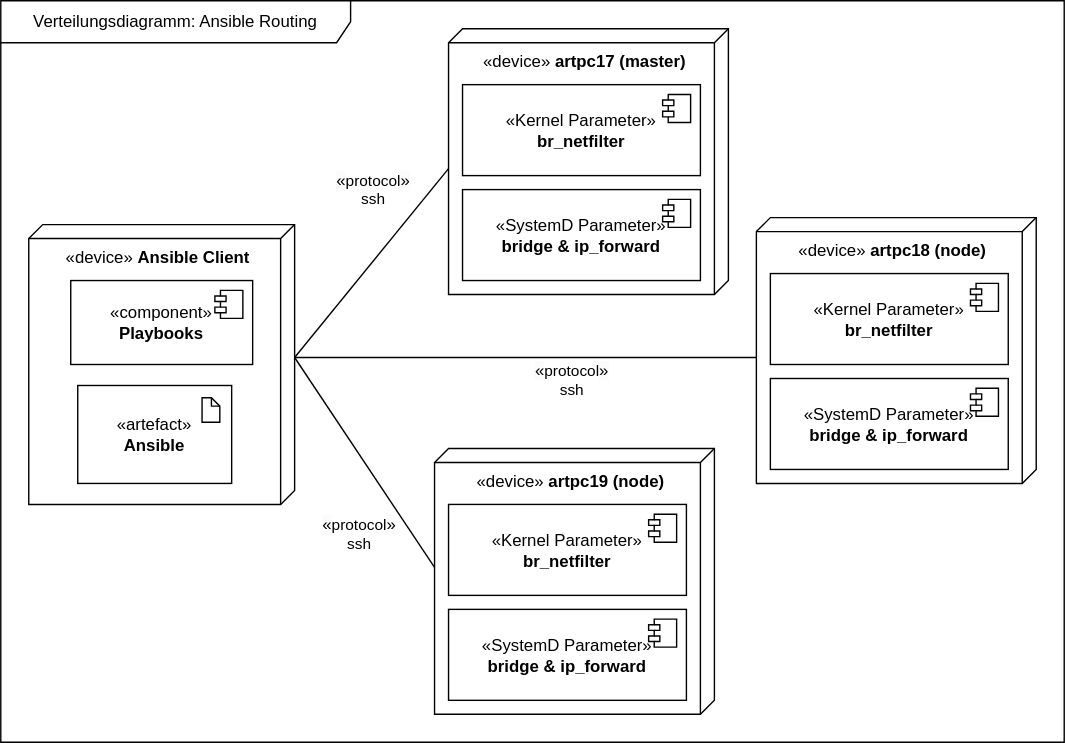
pogii123/drawio-charts keeps this draw.io diagram as uni-bsc/dd-routing-ansible.drawio.svg. Above is the earlier version. Source tidied: cells renumbered, new cells last; positions are measured from the earlier drawing's top-left corner, leaving out a move shared by most shapes. The source it was exported from:
```xml
<mxGraphModel>
  <root>
    <mxCell id="0" />
    <mxCell id="1" parent="0" />
    <mxCell id="2" style="rounded=0;jettySize=auto;html=1;exitX=0;exitY=0;exitDx=95;exitDy=0;exitPerimeter=0;entryX=0;entryY=0;entryDx=100;entryDy=190;entryPerimeter=0;endArrow=none;endFill=0;" parent="1" edge="1" source="7" target="19">
      <mxGeometry relative="1" as="geometry" />
    </mxCell>
    <mxCell id="3" value="&lt;span style=&quot;font-size: 12px; text-wrap: wrap; background-color: rgb(251, 251, 251);&quot;&gt;«&lt;/span&gt;protocol&lt;span style=&quot;font-size: 12px; text-wrap: wrap; background-color: rgb(251, 251, 251);&quot;&gt;»&lt;/span&gt;&lt;br&gt;ssh" style="edgeLabel;html=1;align=center;verticalAlign=middle;" parent="2" vertex="1">
      <mxGeometry x="0.06" y="4" relative="1" as="geometry">
        <mxPoint x="-16" y="40" as="offset" />
      </mxGeometry>
    </mxCell>
    <mxCell id="4" value="&lt;span style=&quot;font-size: 12px; text-wrap: wrap; background-color: rgb(251, 251, 251);&quot;&gt;«&lt;/span&gt;protocol&lt;span style=&quot;font-size: 12px; text-wrap: wrap; background-color: rgb(251, 251, 251);&quot;&gt;»&lt;/span&gt;&lt;br&gt;ssh" style="rounded=0;jettySize=auto;html=1;exitX=0;exitY=0;exitDx=95;exitDy=0;exitPerimeter=0;entryX=0;entryY=0;entryDx=100;entryDy=190;entryPerimeter=0;endArrow=none;endFill=0;" parent="1" edge="1" source="7" target="14">
      <mxGeometry x="0.17" y="-16" relative="1" as="geometry" />
    </mxCell>
    <mxCell id="5" style="rounded=0;jettySize=auto;html=1;exitX=0;exitY=0;exitDx=95;exitDy=0;exitPerimeter=0;entryX=0;entryY=0;entryDx=100;entryDy=200;entryPerimeter=0;endArrow=none;endFill=0;" parent="1" edge="1" source="7" target="24">
      <mxGeometry relative="1" as="geometry" />
    </mxCell>
    <mxCell id="6" value="&lt;span style=&quot;font-size: 12px; text-wrap: wrap; background-color: rgb(251, 251, 251);&quot;&gt;«&lt;/span&gt;protocol&lt;span style=&quot;font-size: 12px; text-wrap: wrap; background-color: rgb(251, 251, 251);&quot;&gt;»&lt;/span&gt;&lt;br&gt;ssh" style="edgeLabel;html=1;align=center;verticalAlign=middle;" parent="5" vertex="1">
      <mxGeometry x="0.13" relative="1" as="geometry">
        <mxPoint x="-7" y="-44" as="offset" />
      </mxGeometry>
    </mxCell>
    <mxCell id="7" value="«device»&amp;nbsp;&lt;b&gt;Ansible Client&lt;/b&gt;" style="verticalAlign=top;align=center;shape=cube;size=10;direction=south;html=1;boundedLbl=1;spacingLeft=5;whiteSpace=wrap;" parent="1" vertex="1">
      <mxGeometry x="20" y="160" width="190" height="200" as="geometry" />
    </mxCell>
    <mxCell id="8" value="«component»&lt;br&gt;&lt;b&gt;Playbooks&lt;/b&gt;" style="html=1;whiteSpace=wrap;" parent="1" vertex="1">
      <mxGeometry x="50" y="200" width="130" height="60" as="geometry" />
    </mxCell>
    <mxCell id="9" style="shape=module;jettyWidth=8;jettyHeight=4;" parent="8" vertex="1">
      <mxGeometry x="1" width="20" height="20" relative="1" as="geometry">
        <mxPoint x="-27" y="7" as="offset" />
      </mxGeometry>
    </mxCell>
    <mxCell id="10" style="group;" parent="1" vertex="1">
      <mxGeometry x="55" y="275" width="110" height="70" as="geometry" />
    </mxCell>
    <mxCell id="11" value="«artefact»&lt;br&gt;&lt;b&gt;Ansible&lt;/b&gt;" style="html=1;whiteSpace=wrap;" parent="10" vertex="1">
      <mxGeometry width="110" height="70" as="geometry" />
    </mxCell>
    <mxCell id="12" style="shape=note2;boundedLbl=1;whiteSpace=wrap;html=1;size=6;verticalAlign=top;align=left;spacingLeft=5;" parent="10" vertex="1">
      <mxGeometry x="88.8" y="8.8" width="12.7" height="17.5" as="geometry" />
    </mxCell>
    <mxCell id="13" value="Verteilungsdiagramm: Ansible Routing" style="shape=umlFrame;whiteSpace=wrap;html=1;width=250;height=30;" parent="1" vertex="1">
      <mxGeometry width="760" height="530" as="geometry" />
    </mxCell>
    <mxCell id="14" value="«device»&amp;nbsp;&lt;b&gt;artpc18 (node)&lt;/b&gt;" style="verticalAlign=top;align=center;shape=cube;size=10;direction=south;html=1;boundedLbl=1;spacingLeft=5;whiteSpace=wrap;" parent="1" vertex="1">
      <mxGeometry x="540" y="155" width="200" height="190" as="geometry" />
    </mxCell>
    <mxCell id="15" value="«SystemD Parameter»&lt;br&gt;&lt;b&gt;bridge &amp;amp; ip_forward&lt;/b&gt;" style="html=1;whiteSpace=wrap;" parent="1" vertex="1">
      <mxGeometry x="550" y="270" width="170" height="65" as="geometry" />
    </mxCell>
    <mxCell id="16" style="shape=module;jettyWidth=8;jettyHeight=4;" parent="15" vertex="1">
      <mxGeometry x="1" width="20" height="20" relative="1" as="geometry">
        <mxPoint x="-27" y="7" as="offset" />
      </mxGeometry>
    </mxCell>
    <mxCell id="17" value="«Kernel Parameter»&lt;br&gt;&lt;b&gt;br_netfilter&lt;/b&gt;" style="html=1;whiteSpace=wrap;" parent="1" vertex="1">
      <mxGeometry x="550" y="195" width="170" height="65" as="geometry" />
    </mxCell>
    <mxCell id="18" style="shape=module;jettyWidth=8;jettyHeight=4;" parent="17" vertex="1">
      <mxGeometry x="1" width="20" height="20" relative="1" as="geometry">
        <mxPoint x="-27" y="7" as="offset" />
      </mxGeometry>
    </mxCell>
    <mxCell id="19" value="«device»&amp;nbsp;&lt;b&gt;artpc19 (node)&lt;/b&gt;" style="verticalAlign=top;align=center;shape=cube;size=10;direction=south;html=1;boundedLbl=1;spacingLeft=5;whiteSpace=wrap;" parent="1" vertex="1">
      <mxGeometry x="310" y="320" width="200" height="190" as="geometry" />
    </mxCell>
    <mxCell id="20" value="«SystemD Parameter»&lt;br&gt;&lt;b&gt;bridge &amp;amp; ip_forward&lt;/b&gt;" style="html=1;whiteSpace=wrap;" parent="1" vertex="1">
      <mxGeometry x="320" y="435" width="170" height="65" as="geometry" />
    </mxCell>
    <mxCell id="21" style="shape=module;jettyWidth=8;jettyHeight=4;" parent="20" vertex="1">
      <mxGeometry x="1" width="20" height="20" relative="1" as="geometry">
        <mxPoint x="-27" y="7" as="offset" />
      </mxGeometry>
    </mxCell>
    <mxCell id="22" value="«Kernel Parameter»&lt;br&gt;&lt;b&gt;br_netfilter&lt;/b&gt;" style="html=1;whiteSpace=wrap;" parent="1" vertex="1">
      <mxGeometry x="320" y="360" width="170" height="65" as="geometry" />
    </mxCell>
    <mxCell id="23" style="shape=module;jettyWidth=8;jettyHeight=4;" parent="22" vertex="1">
      <mxGeometry x="1" width="20" height="20" relative="1" as="geometry">
        <mxPoint x="-27" y="7" as="offset" />
      </mxGeometry>
    </mxCell>
    <mxCell id="24" value="«device»&amp;nbsp;&lt;b&gt;artpc17 (master)&lt;/b&gt;" style="verticalAlign=top;align=center;shape=cube;size=10;direction=south;html=1;boundedLbl=1;spacingLeft=5;whiteSpace=wrap;" parent="1" vertex="1">
      <mxGeometry x="320" y="20" width="200" height="190" as="geometry" />
    </mxCell>
    <mxCell id="25" value="«SystemD Parameter»&lt;br&gt;&lt;b&gt;bridge &amp;amp; ip_forward&lt;/b&gt;" style="html=1;whiteSpace=wrap;" parent="1" vertex="1">
      <mxGeometry x="330" y="135" width="170" height="65" as="geometry" />
    </mxCell>
    <mxCell id="26" style="shape=module;jettyWidth=8;jettyHeight=4;" parent="25" vertex="1">
      <mxGeometry x="1" width="20" height="20" relative="1" as="geometry">
        <mxPoint x="-27" y="7" as="offset" />
      </mxGeometry>
    </mxCell>
    <mxCell id="27" value="«Kernel Parameter»&lt;br&gt;&lt;b&gt;br_netfilter&lt;/b&gt;" style="html=1;whiteSpace=wrap;" parent="1" vertex="1">
      <mxGeometry x="330" y="60" width="170" height="65" as="geometry" />
    </mxCell>
    <mxCell id="28" style="shape=module;jettyWidth=8;jettyHeight=4;" parent="27" vertex="1">
      <mxGeometry x="1" width="20" height="20" relative="1" as="geometry">
        <mxPoint x="-27" y="7" as="offset" />
      </mxGeometry>
    </mxCell>
  </root>
</mxGraphModel>
```
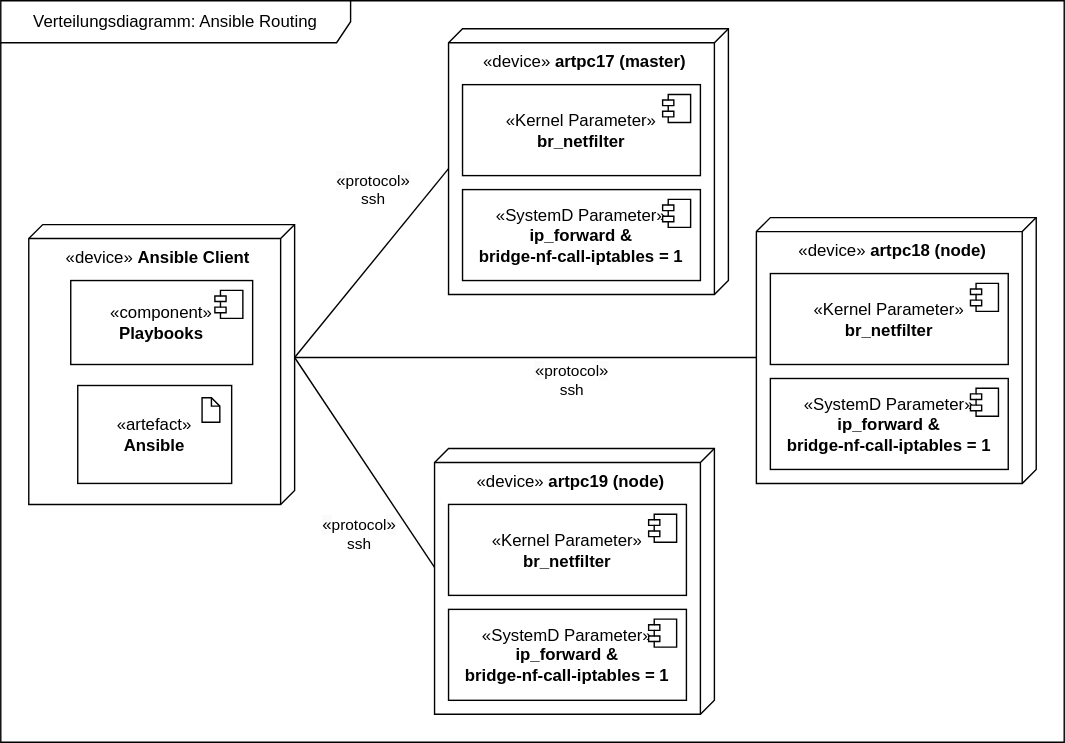
The same diagram one commit later.

The edit, as a diff of the source:
```diff
@@ -47,7 +47,7 @@
     <mxCell id="14" value="«device»&amp;nbsp;&lt;b&gt;artpc18 (node)&lt;/b&gt;" style="verticalAlign=top;align=center;shape=cube;size=10;direction=south;html=1;boundedLbl=1;spacingLeft=5;whiteSpace=wrap;" parent="1" vertex="1">
       <mxGeometry x="540" y="155" width="200" height="190" as="geometry" />
     </mxCell>
-    <mxCell id="15" value="«SystemD Parameter»&lt;br&gt;&lt;b&gt;bridge &amp;amp; ip_forward&lt;/b&gt;" style="html=1;whiteSpace=wrap;" parent="1" vertex="1">
+    <mxCell id="15" value="«SystemD Parameter»&lt;br&gt;&lt;b&gt;ip_forward &amp;amp;&lt;br&gt;&lt;/b&gt;&lt;div&gt;&lt;b&gt;bridge-nf-call-iptables = 1&lt;/b&gt;&lt;/div&gt;" style="html=1;whiteSpace=wrap;" parent="1" vertex="1">
       <mxGeometry x="550" y="270" width="170" height="65" as="geometry" />
     </mxCell>
     <mxCell id="16" style="shape=module;jettyWidth=8;jettyHeight=4;" parent="15" vertex="1">
@@ -66,7 +66,7 @@
     <mxCell id="19" value="«device»&amp;nbsp;&lt;b&gt;artpc19 (node)&lt;/b&gt;" style="verticalAlign=top;align=center;shape=cube;size=10;direction=south;html=1;boundedLbl=1;spacingLeft=5;whiteSpace=wrap;" parent="1" vertex="1">
       <mxGeometry x="310" y="320" width="200" height="190" as="geometry" />
     </mxCell>
-    <mxCell id="20" value="«SystemD Parameter»&lt;br&gt;&lt;b&gt;bridge &amp;amp; ip_forward&lt;/b&gt;" style="html=1;whiteSpace=wrap;" parent="1" vertex="1">
+    <mxCell id="20" value="«SystemD Parameter»&lt;br&gt;&lt;b&gt;ip_forward &amp;amp;&lt;br&gt;&lt;/b&gt;&lt;div&gt;&lt;b&gt;bridge-nf-call-iptables = 1&lt;/b&gt;&lt;/div&gt;" style="html=1;whiteSpace=wrap;" parent="1" vertex="1">
       <mxGeometry x="320" y="435" width="170" height="65" as="geometry" />
     </mxCell>
     <mxCell id="21" style="shape=module;jettyWidth=8;jettyHeight=4;" parent="20" vertex="1">
@@ -85,7 +85,7 @@
     <mxCell id="24" value="«device»&amp;nbsp;&lt;b&gt;artpc17 (master)&lt;/b&gt;" style="verticalAlign=top;align=center;shape=cube;size=10;direction=south;html=1;boundedLbl=1;spacingLeft=5;whiteSpace=wrap;" parent="1" vertex="1">
       <mxGeometry x="320" y="20" width="200" height="190" as="geometry" />
     </mxCell>
-    <mxCell id="25" value="«SystemD Parameter»&lt;br&gt;&lt;b&gt;bridge &amp;amp; ip_forward&lt;/b&gt;" style="html=1;whiteSpace=wrap;" parent="1" vertex="1">
+    <mxCell id="25" value="«SystemD Parameter»&lt;br&gt;&lt;b&gt;ip_forward &amp;amp;&lt;br&gt;&lt;/b&gt;&lt;div&gt;&lt;b&gt;bridge-nf-call-iptables = 1&lt;/b&gt;&lt;/div&gt;" style="html=1;whiteSpace=wrap;" parent="1" vertex="1">
       <mxGeometry x="330" y="135" width="170" height="65" as="geometry" />
     </mxCell>
     <mxCell id="26" style="shape=module;jettyWidth=8;jettyHeight=4;" parent="25" vertex="1">
```
